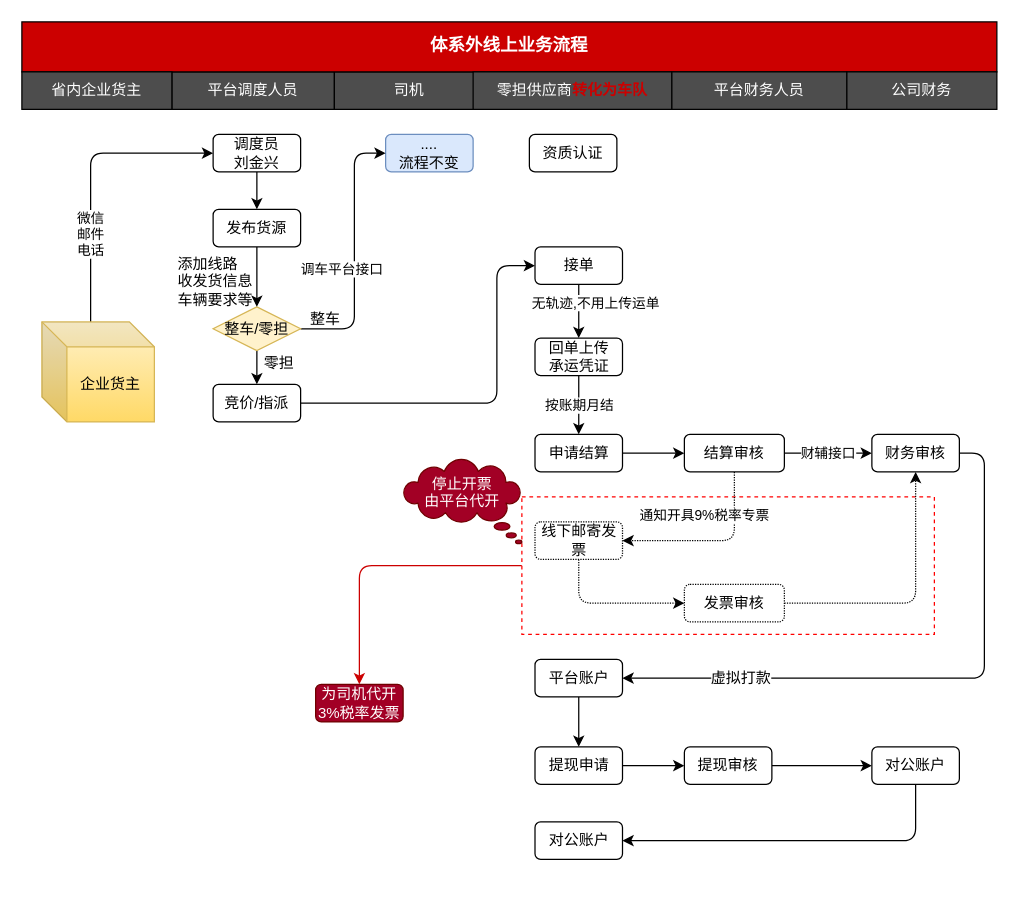
Above: 第二步体系外业务流程.drawio in chenyibang/rdpwrap (draw.io), before the change. Source tidied: cells renumbered, new cells numbered last; positions are measured from the earlier drawing's top-left corner, leaving out a move shared by most shapes. Both pictures are drawn from the tidied source at 125%, with x=0, y=0 at pixel (21, 21).
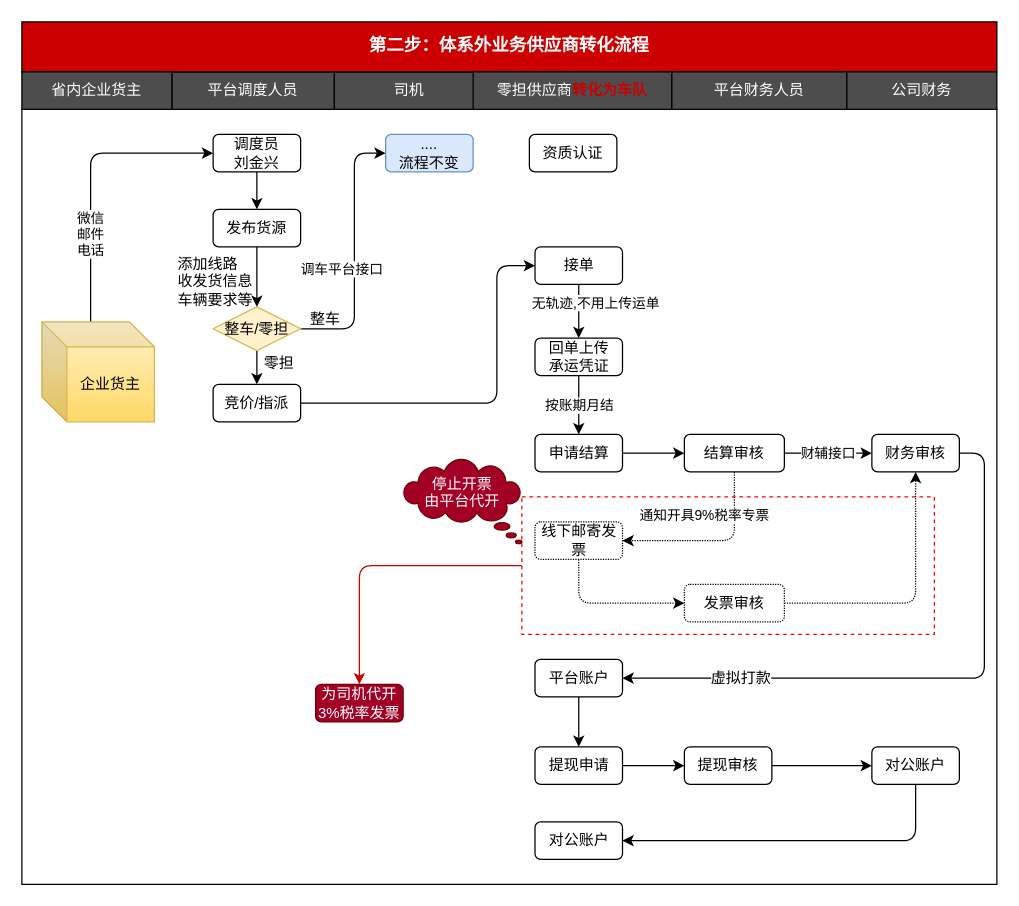
The same diagram, later.

Commit message (it also covers changes not shown here):
更新第二步体系外业务流程.drawio

What changed in the source:
```diff
@@
+    <mxCell id="55" style="rounded=0;whiteSpace=wrap;html=1;strokeColor=#000000;fillColor=none;" parent="1" vertex="1">
+      <mxGeometry y="70" width="780" height="620" as="geometry" />
+    </mxCell>
@@
-    <mxCell id="6" value="体系外线上业务流程" style="rounded=0;whiteSpace=wrap;html=1;fillColor=#CC0000;fontColor=#FFFFFF;fontSize=14;fontStyle=1;fontFamily=Courier New;" parent="1" vertex="1">
+    <mxCell id="6" value="第二步：体系外业务供应商转化流程" style="rounded=0;whiteSpace=wrap;html=1;fillColor=#CC0000;fontColor=#FFFFFF;fontSize=14;fontStyle=1;fontFamily=Courier New;" parent="1" vertex="1">
       <mxGeometry width="780" height="40" as="geometry" />
     </mxCell>
```
